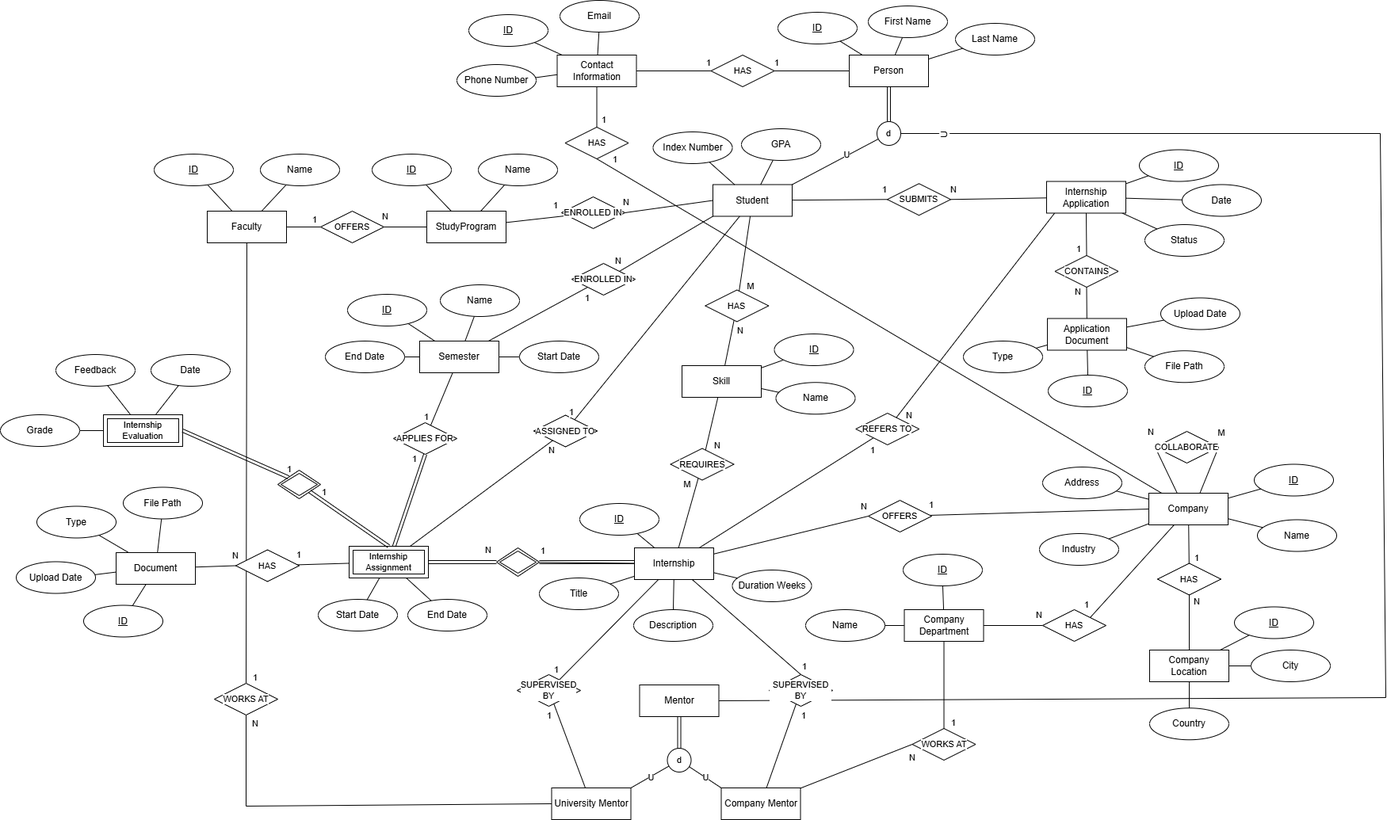
This is diagrams/conceptual_eer.png from trifunovskanina/internship-management-database, a draw.io export, as it was before one commit. Source tidied: cells renumbered, new cells last; positions are measured from the earlier drawing's top-left corner, leaving out a move shared by most shapes.
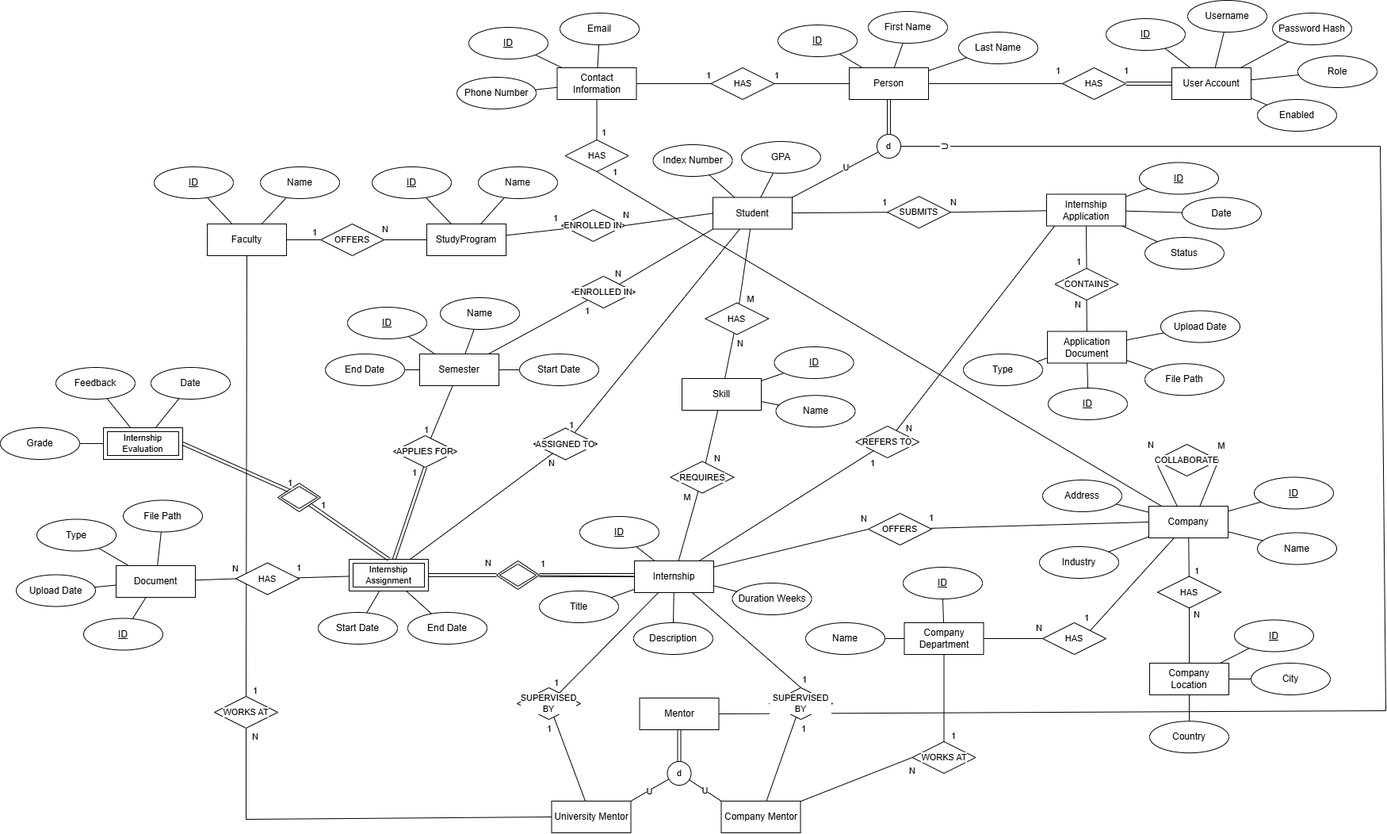
After the change.

Commit message:
added user account

Change to the diagram source:
```diff
@@ -587,6 +587,9 @@
     <mxCell id="186" value="1" style="text;html=1;whiteSpace=wrap;strokeColor=none;fillColor=none;align=center;verticalAlign=middle;rounded=0;fontFamily=Helvetica;fontSize=11;fontColor=default;labelBackgroundColor=default;" parent="1" vertex="1">
       <mxGeometry x="984.5" y="826" width="60" height="30" as="geometry" />
     </mxCell>
+    <mxCell id="247" style="rounded=0;jettySize=auto;html=1;endArrow=none;endFill=0;" parent="1" edge="1" source="187" target="249">
+      <mxGeometry relative="1" as="geometry" />
+    </mxCell>
     <mxCell id="187" value="Person" style="whiteSpace=wrap;html=1;align=center;rounded=0;" parent="1" vertex="1">
       <mxGeometry x="1071" y="69" width="100" height="40" as="geometry" />
     </mxCell>
@@ -600,13 +603,13 @@
       <mxGeometry relative="1" as="geometry" />
     </mxCell>
     <mxCell id="191" value="First Name" style="ellipse;whiteSpace=wrap;html=1;align=center;rounded=0;" parent="1" vertex="1">
-      <mxGeometry x="1095" y="7" width="100" height="40" as="geometry" />
+      <mxGeometry x="1095" y="-2" width="100" height="40" as="geometry" />
     </mxCell>
     <mxCell id="192" style="edgeStyle=none;shape=connector;rounded=0;jettySize=auto;html=1;strokeColor=default;align=center;verticalAlign=middle;fontFamily=Helvetica;fontSize=11;fontColor=default;labelBackgroundColor=default;endArrow=none;endFill=0;" parent="1" edge="1" source="193" target="187">
       <mxGeometry relative="1" as="geometry" />
     </mxCell>
     <mxCell id="193" value="Last Name" style="ellipse;whiteSpace=wrap;html=1;align=center;rounded=0;" parent="1" vertex="1">
-      <mxGeometry x="1205" y="29" width="100" height="40" as="geometry" />
+      <mxGeometry x="1209" y="24" width="100" height="40" as="geometry" />
     </mxCell>
     <mxCell id="194" style="shape=link;html=1;rounded=0;strokeColor=default;align=center;verticalAlign=middle;fontFamily=Helvetica;fontSize=11;fontColor=default;labelBackgroundColor=default;endArrow=none;endFill=0;exitX=0.5;exitY=1;exitDx=0;exitDy=0;entryX=0.5;entryY=0;entryDx=0;entryDy=0;" parent="1" edge="1" source="187" target="238">
       <mxGeometry relative="1" as="geometry" />
@@ -772,5 +775,50 @@
     <mxCell id="246" value="1" style="text;html=1;whiteSpace=wrap;strokeColor=none;fillColor=none;align=center;verticalAlign=middle;rounded=0;fontFamily=Helvetica;fontSize=11;fontColor=default;labelBackgroundColor=default;" parent="1" vertex="1">
       <mxGeometry x="291.5" y="839.8" width="60" height="30" as="geometry" />
     </mxCell>
+    <mxCell id="248" value="User Account" style="whiteSpace=wrap;html=1;align=center;rounded=0;" parent="1" vertex="1">
+      <mxGeometry x="1478" y="69" width="100" height="40" as="geometry" />
+    </mxCell>
+    <mxCell id="249" value="HAS" style="shape=rhombus;perimeter=rhombusPerimeter;whiteSpace=wrap;html=1;align=center;fontFamily=Helvetica;fontSize=11;labelBackgroundColor=default;rounded=0;" parent="1" vertex="1">
+      <mxGeometry x="1340" y="69" width="80" height="40" as="geometry" />
+    </mxCell>
+    <mxCell id="250" value="1" style="text;html=1;whiteSpace=wrap;strokeColor=none;fillColor=none;align=center;verticalAlign=middle;rounded=0;fontFamily=Helvetica;fontSize=11;fontColor=default;labelBackgroundColor=default;" parent="1" vertex="1">
+      <mxGeometry x="1391" y="58" width="60" height="30" as="geometry" />
+    </mxCell>
+    <mxCell id="251" value="1" style="text;html=1;whiteSpace=wrap;strokeColor=none;fillColor=none;align=center;verticalAlign=middle;rounded=0;fontFamily=Helvetica;fontSize=11;fontColor=default;labelBackgroundColor=default;" parent="1" vertex="1">
+      <mxGeometry x="1305" y="58" width="60" height="30" as="geometry" />
+    </mxCell>
+    <mxCell id="252" style="edgeStyle=none;shape=connector;rounded=0;jettySize=auto;html=1;strokeColor=default;align=center;verticalAlign=middle;fontFamily=Helvetica;fontSize=11;fontColor=default;labelBackgroundColor=default;endArrow=none;endFill=0;" parent="1" edge="1" source="253" target="248">
+      <mxGeometry relative="1" as="geometry" />
+    </mxCell>
+    <mxCell id="253" value="&lt;u&gt;ID&lt;/u&gt;" style="ellipse;whiteSpace=wrap;html=1;align=center;rounded=0;" parent="1" vertex="1">
+      <mxGeometry x="1395" y="7" width="100" height="40" as="geometry" />
+    </mxCell>
+    <mxCell id="254" style="edgeStyle=none;shape=connector;rounded=0;jettySize=auto;html=1;strokeColor=default;align=center;verticalAlign=middle;fontFamily=Helvetica;fontSize=11;fontColor=default;labelBackgroundColor=default;endArrow=none;endFill=0;" parent="1" edge="1" source="255" target="248">
+      <mxGeometry relative="1" as="geometry" />
+    </mxCell>
+    <mxCell id="255" value="Username" style="ellipse;whiteSpace=wrap;html=1;align=center;rounded=0;" parent="1" vertex="1">
+      <mxGeometry x="1498" y="-16" width="100" height="40" as="geometry" />
+    </mxCell>
+    <mxCell id="256" style="edgeStyle=none;shape=connector;rounded=0;jettySize=auto;html=1;strokeColor=default;align=center;verticalAlign=middle;fontFamily=Helvetica;fontSize=11;fontColor=default;labelBackgroundColor=default;endArrow=none;endFill=0;" parent="1" edge="1" source="257" target="248">
+      <mxGeometry relative="1" as="geometry" />
+    </mxCell>
+    <mxCell id="257" value="Password Hash" style="ellipse;whiteSpace=wrap;html=1;align=center;rounded=0;" parent="1" vertex="1">
+      <mxGeometry x="1605" width="100" height="40" as="geometry" />
+    </mxCell>
+    <mxCell id="258" style="edgeStyle=none;shape=connector;rounded=0;jettySize=auto;html=1;strokeColor=default;align=center;verticalAlign=middle;fontFamily=Helvetica;fontSize=11;fontColor=default;labelBackgroundColor=default;endArrow=none;endFill=0;" parent="1" edge="1" source="259" target="248">
+      <mxGeometry relative="1" as="geometry" />
+    </mxCell>
+    <mxCell id="259" value="Role" style="ellipse;whiteSpace=wrap;html=1;align=center;rounded=0;" parent="1" vertex="1">
+      <mxGeometry x="1637" y="54" width="100" height="40" as="geometry" />
+    </mxCell>
+    <mxCell id="260" style="edgeStyle=none;shape=connector;rounded=0;jettySize=auto;html=1;strokeColor=default;align=center;verticalAlign=middle;fontFamily=Helvetica;fontSize=11;fontColor=default;labelBackgroundColor=default;endArrow=none;endFill=0;" parent="1" edge="1" source="261" target="248">
+      <mxGeometry relative="1" as="geometry" />
+    </mxCell>
+    <mxCell id="261" value="Enabled" style="ellipse;whiteSpace=wrap;html=1;align=center;rounded=0;" parent="1" vertex="1">
+      <mxGeometry x="1586" y="109" width="100" height="40" as="geometry" />
+    </mxCell>
+    <mxCell id="262" style="shape=link;html=1;rounded=0;strokeColor=default;align=center;verticalAlign=middle;fontFamily=Helvetica;fontSize=11;fontColor=default;labelBackgroundColor=default;endArrow=none;endFill=0;exitX=1;exitY=0.5;exitDx=0;exitDy=0;entryX=0;entryY=0.5;entryDx=0;entryDy=0;" parent="1" edge="1" source="249" target="248">
+      <mxGeometry relative="1" as="geometry" />
+    </mxCell>
   </root>
 </mxGraphModel>
```
